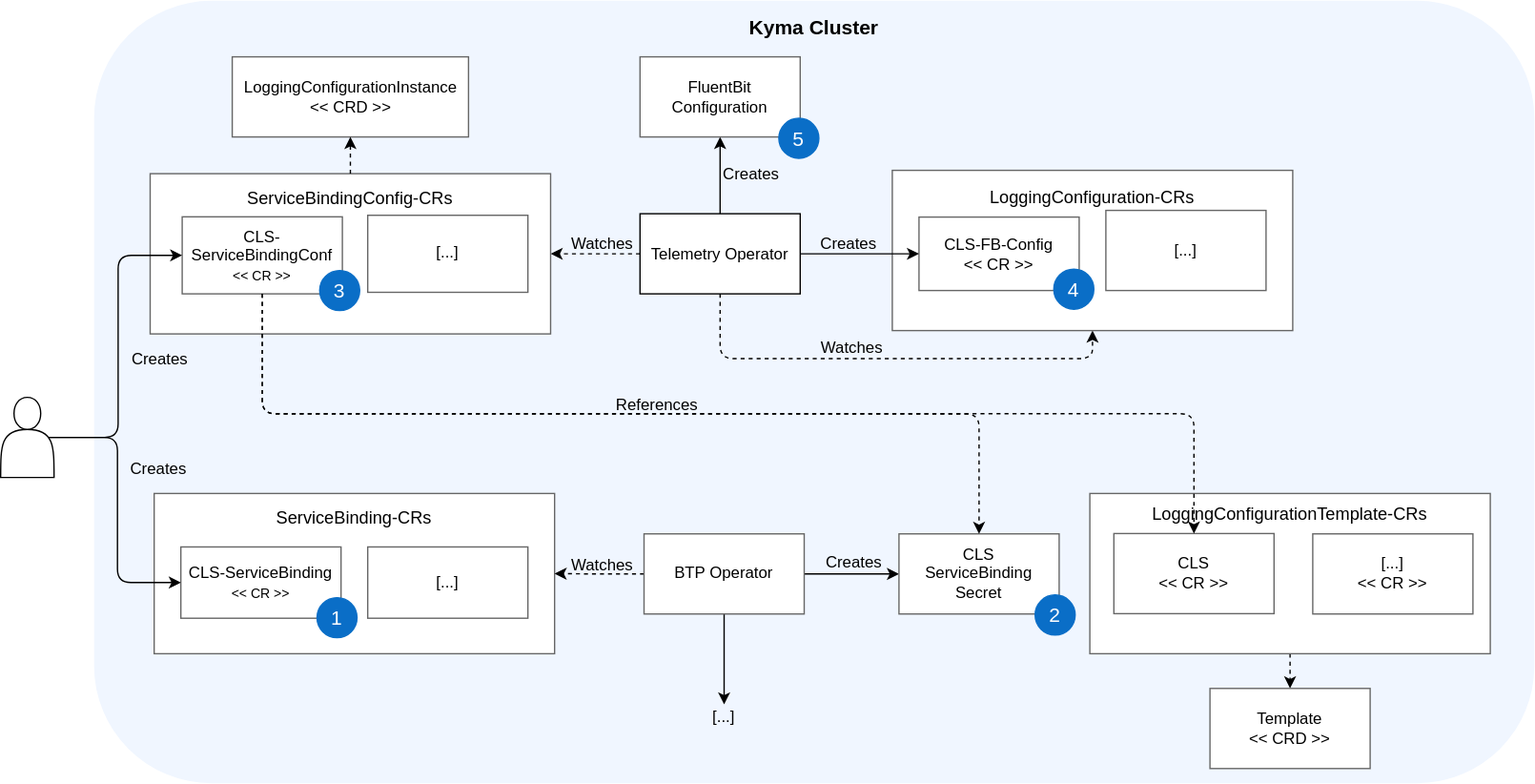
The draw.io diagram internal/proposals/logs/dynamic-backend-configuration/concept-ServiceCatalog-Integration/images/workflow-overview.svg in kyma-project/community, before a commit. Source tidied: cells renumbered, new cells last; positions are measured from the earlier drawing's top-left corner, leaving out a move shared by most shapes.
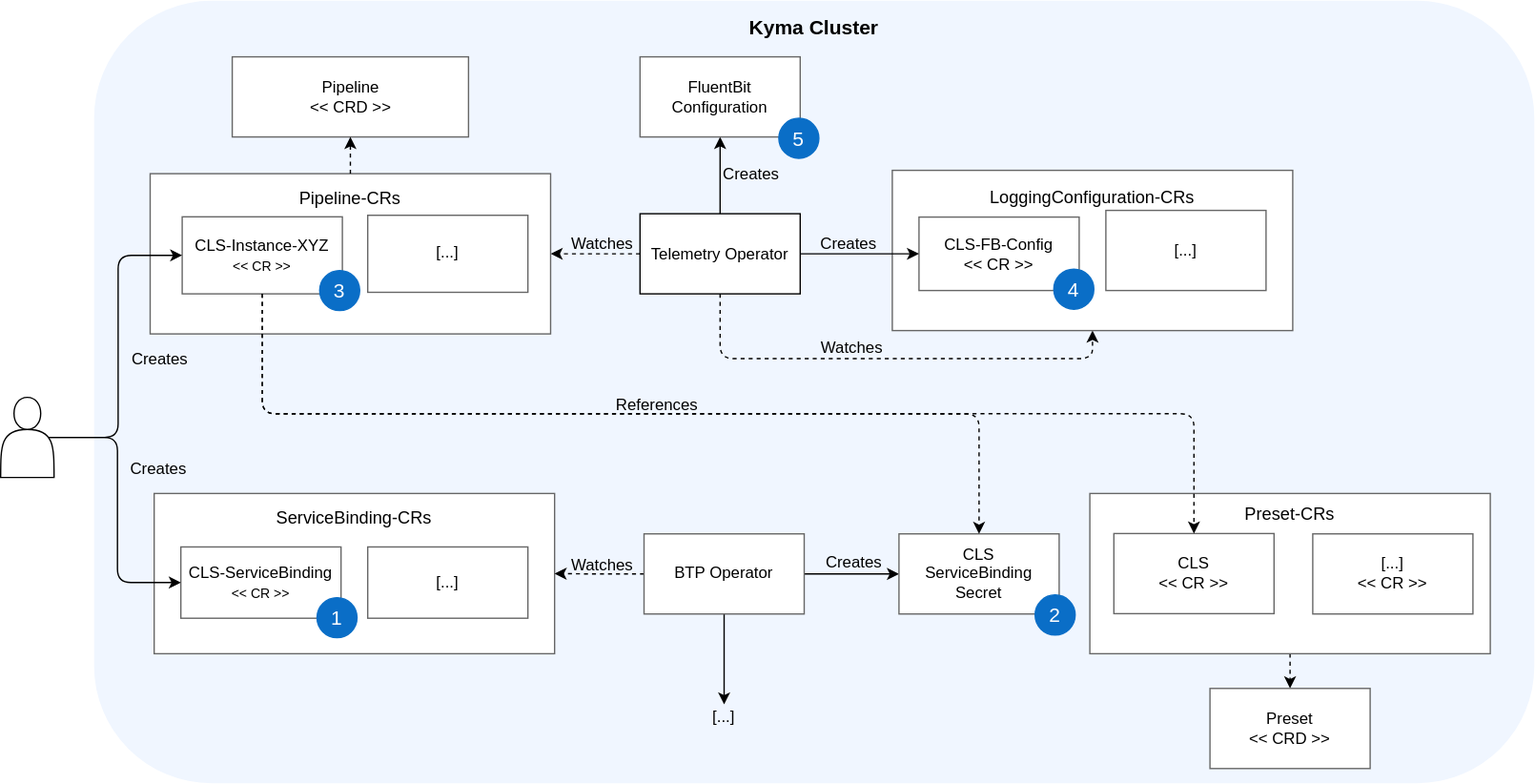
After the commit.

Commit message:
Changed CRD naming

What changed in the source:
```diff
@@ -11,7 +11,7 @@
     <mxCell id="4" style="rounded=0;whiteSpace=wrap;html=1;labelBackgroundColor=none;fontSize=12;strokeColor=#666666;strokeWidth=1;" parent="1" vertex="1">
       <mxGeometry x="816" y="369" width="300" height="120" as="geometry" />
     </mxCell>
-    <mxCell id="5" value="Template&lt;br&gt;&amp;lt;&amp;lt; CRD &amp;gt;&amp;gt;" style="rounded=0;whiteSpace=wrap;html=1;strokeColor=#666666;" parent="1" vertex="1">
+    <mxCell id="5" value="Preset&lt;br&gt;&amp;lt;&amp;lt; CRD &amp;gt;&amp;gt;" style="rounded=0;whiteSpace=wrap;html=1;strokeColor=#666666;" parent="1" vertex="1">
       <mxGeometry x="906" y="515" width="120" height="60" as="geometry" />
     </mxCell>
     <mxCell id="6" value="CLS&lt;br&gt;&amp;lt;&amp;lt; CR &amp;gt;&amp;gt;" style="rounded=0;whiteSpace=wrap;html=1;strokeColor=#666666;" parent="1" vertex="1">
@@ -20,7 +20,7 @@
     <mxCell id="7" value="[...]&lt;br&gt;&amp;lt;&amp;lt; CR &amp;gt;&amp;gt;" style="rounded=0;whiteSpace=wrap;html=1;strokeColor=#666666;" parent="1" vertex="1">
       <mxGeometry x="983" y="399.2" width="120" height="60" as="geometry" />
     </mxCell>
-    <mxCell id="8" value="LoggingConfigurationInstance&lt;br&gt;&amp;lt;&amp;lt; CRD &amp;gt;&amp;gt;" style="rounded=0;whiteSpace=wrap;html=1;strokeColor=#666666;" parent="1" vertex="1">
+    <mxCell id="8" value="Pipeline&lt;br&gt;&amp;lt;&amp;lt; CRD &amp;gt;&amp;gt;" style="rounded=0;whiteSpace=wrap;html=1;strokeColor=#666666;" parent="1" vertex="1">
       <mxGeometry x="173.5" y="42" width="177" height="60" as="geometry" />
     </mxCell>
     <mxCell id="9" style="edgeStyle=orthogonalEdgeStyle;rounded=0;jettySize=auto;html=1;exitX=0;exitY=0.5;exitDx=0;exitDy=0;entryX=1;entryY=0.5;entryDx=0;entryDy=0;dashed=1;" parent="1" edge="1" source="12" target="15">
@@ -49,10 +49,10 @@
     <mxCell id="15" style="rounded=0;whiteSpace=wrap;html=1;strokeColor=#666666;" parent="14" vertex="1">
       <mxGeometry width="300" height="120" as="geometry" />
     </mxCell>
-    <mxCell id="16" value="CLS-ServiceBindingConf&lt;br&gt;&lt;font style=&quot;font-size: 10px&quot;&gt;&amp;lt;&amp;lt;&amp;nbsp;CR &amp;gt;&amp;gt;&lt;/font&gt;" style="rounded=0;whiteSpace=wrap;html=1;strokeColor=#666666;" parent="14" vertex="1">
+    <mxCell id="16" value="CLS-Instance-XYZ&lt;br&gt;&lt;font style=&quot;font-size: 10px&quot;&gt;&amp;lt;&amp;lt;&amp;nbsp;CR &amp;gt;&amp;gt;&lt;/font&gt;" style="rounded=0;whiteSpace=wrap;html=1;strokeColor=#666666;" parent="14" vertex="1">
       <mxGeometry x="24" y="32.3" width="120" height="57.7" as="geometry" />
     </mxCell>
-    <mxCell id="17" value="&lt;font style=&quot;font-size: 13px&quot;&gt;ServiceBindingConfig-CRs&lt;/font&gt;" style="text;html=1;strokeColor=none;fillColor=none;align=center;verticalAlign=middle;whiteSpace=wrap;rounded=0;fontSize=13;" parent="14" vertex="1">
+    <mxCell id="17" value="&lt;font style=&quot;font-size: 13px&quot;&gt;Pipeline-CRs&lt;/font&gt;" style="text;html=1;strokeColor=none;fillColor=none;align=center;verticalAlign=middle;whiteSpace=wrap;rounded=0;fontSize=13;" parent="14" vertex="1">
       <mxGeometry x="65" y="9.2" width="170" height="18.5" as="geometry" />
     </mxCell>
     <mxCell id="18" value="[...]" style="rounded=0;whiteSpace=wrap;html=1;strokeColor=#666666;" parent="14" vertex="1">
@@ -173,7 +173,7 @@
     <mxCell id="55" value="References" style="text;html=1;strokeColor=none;fillColor=none;align=center;verticalAlign=middle;whiteSpace=wrap;rounded=0;labelBackgroundColor=none;fontSize=12;" parent="1" vertex="1">
       <mxGeometry x="453" y="293" width="78" height="20" as="geometry" />
     </mxCell>
-    <mxCell id="56" value="&lt;font style=&quot;font-size: 13px&quot;&gt;LoggingConfigurationTemplate-CRs&lt;/font&gt;" style="text;html=1;strokeColor=none;fillColor=none;align=center;verticalAlign=middle;whiteSpace=wrap;rounded=0;fontSize=13;" parent="1" vertex="1">
+    <mxCell id="56" value="&lt;font style=&quot;font-size: 13px&quot;&gt;Preset-CRs&lt;/font&gt;" style="text;html=1;strokeColor=none;fillColor=none;align=center;verticalAlign=middle;whiteSpace=wrap;rounded=0;fontSize=13;" parent="1" vertex="1">
       <mxGeometry x="858" y="375" width="216" height="17.8" as="geometry" />
     </mxCell>
     <mxCell id="57" value="Creates" style="edgeLabel;html=1;align=center;verticalAlign=middle;labelBackgroundColor=none;fontSize=12;" parent="1" vertex="1">
```
